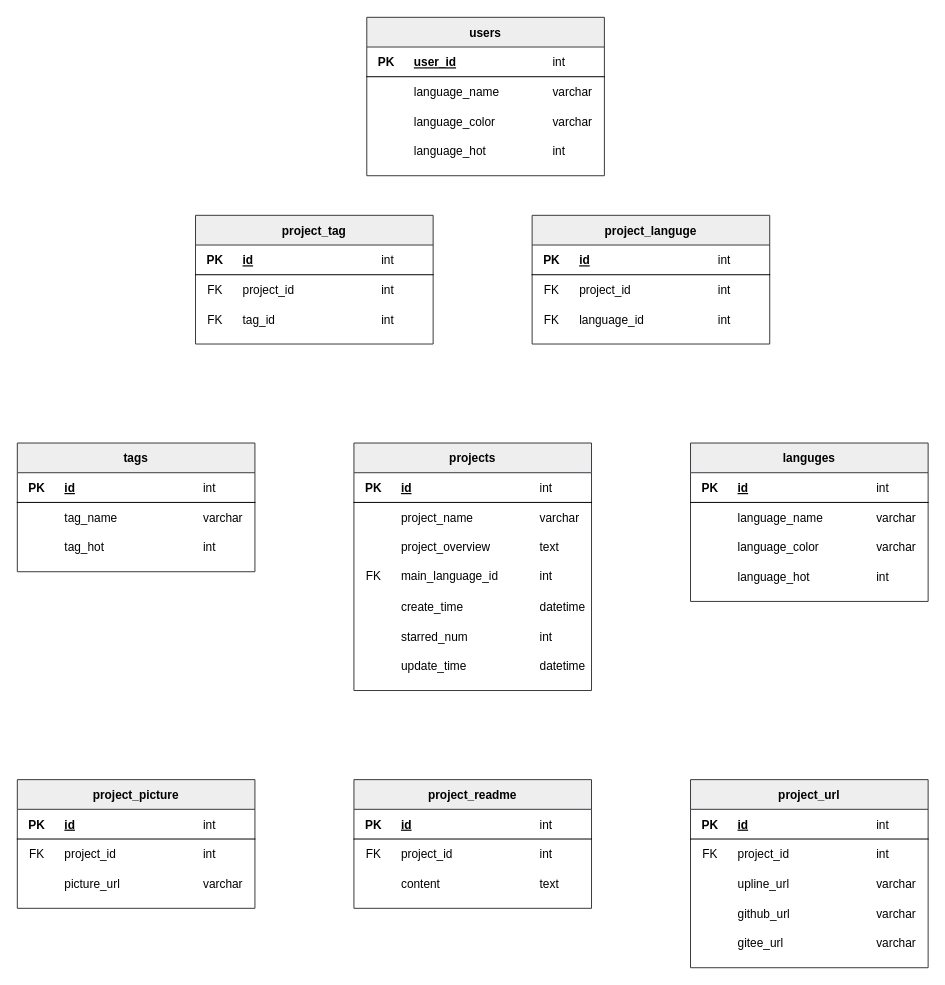
Earlier version of the draw.io diagram E-RDiagram.drawio (zhouxusoft/ProjectDisplayPlatform). Source tidied: cells renumbered, new cells numbered last; positions are measured from the earlier drawing's top-left corner, leaving out a move shared by most shapes. Both pictures are drawn from the tidied source at 99%, with x=0, y=0 at pixel (17, 17).
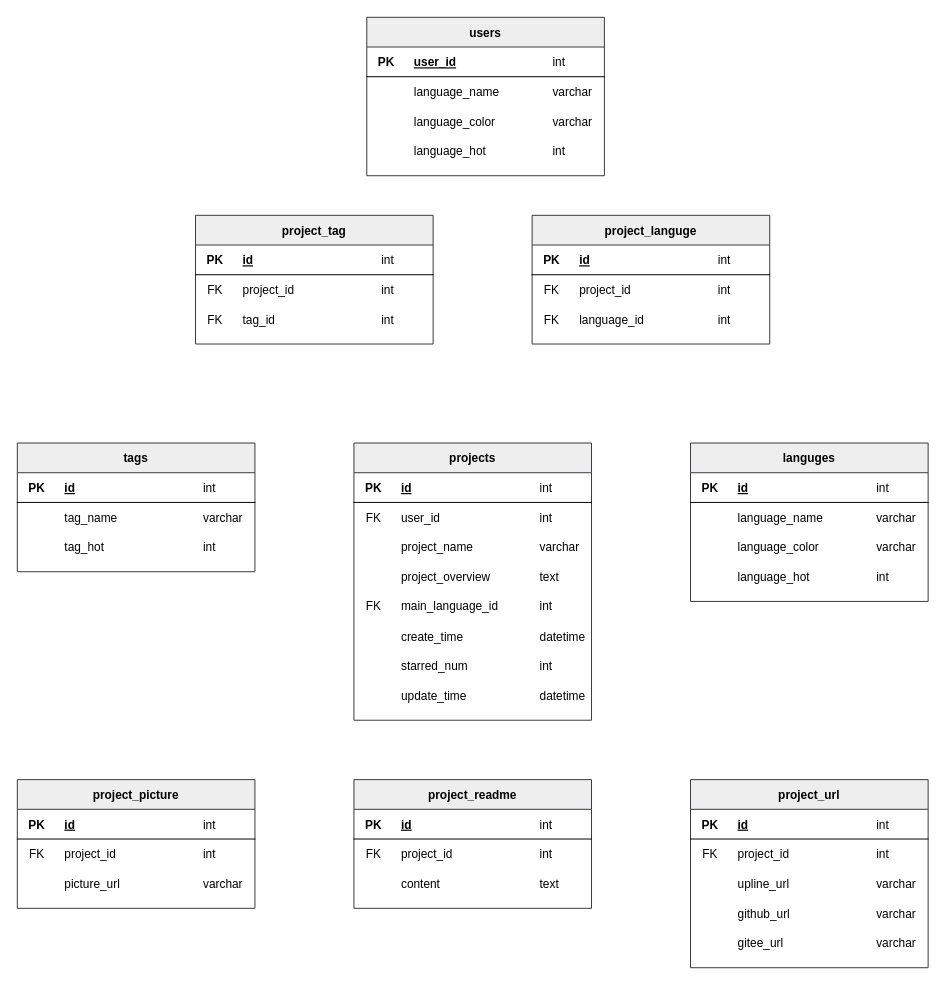
The same diagram, later.

Change to the diagram source:
```diff
@@
     <mxCell id="2" value="projects" style="shape=table;startSize=30;childLayout=tableLayout;rowLines=0;fontStyle=1;align=center;shadow=0;rounded=0;swimlaneLine=1;columnLines=0;labelBorderColor=none;bottom=1;left=1;right=1;fillStyle=auto;fillColor=#eeeeee;strokeColor=#36393d;" parent="1" vertex="1">
-      <mxGeometry x="340" y="430" width="240" height="250" as="geometry" />
+      <mxGeometry x="340" y="430" width="240" height="280" as="geometry" />
     </mxCell>
@@
+    <mxCell id="151" style="shape=partialRectangle;fillColor=none;top=0;left=0;right=0;bottom=0;" parent="2" vertex="1">
+      <mxGeometry y="60" width="240" height="30" as="geometry" />
+    </mxCell>
+    <mxCell id="152" value="FK" style="shape=partialRectangle;overflow=hidden;fillColor=none;top=0;left=0;bottom=0;right=0;" parent="151" vertex="1">
+      <mxGeometry width="40" height="30" as="geometry" />
+    </mxCell>
+    <mxCell id="153" value="user_id" style="shape=partialRectangle;overflow=hidden;fillColor=none;top=0;left=0;bottom=0;right=0;align=left;spacingLeft=6;" parent="151" vertex="1">
+      <mxGeometry x="40" width="140" height="30" as="geometry" />
+    </mxCell>
+    <mxCell id="154" value="int" style="shape=partialRectangle;overflow=hidden;fillColor=none;top=0;left=0;bottom=0;right=0;align=left;spacingLeft=6;dashed=1;" parent="151" vertex="1">
+      <mxGeometry x="180" width="60" height="30" as="geometry" />
+    </mxCell>
     <mxCell id="7" style="shape=partialRectangle;fillColor=none;top=0;left=0;right=0;bottom=0;" parent="2" vertex="1">
-      <mxGeometry y="60" width="240" height="30" as="geometry" />
+      <mxGeometry y="90" width="240" height="30" as="geometry" />
     </mxCell>
@@
     <mxCell id="11" style="shape=partialRectangle;fillColor=none;top=0;left=0;right=0;bottom=0;" parent="2" vertex="1">
-      <mxGeometry y="90" width="240" height="30" as="geometry" />
+      <mxGeometry y="120" width="240" height="30" as="geometry" />
     </mxCell>
@@
     <mxCell id="15" style="shape=tableRow;horizontal=0;startSize=0;swimlaneHead=0;swimlaneBody=0;fillColor=none;top=0;left=0;right=0;bottom=0;" parent="2" vertex="1">
-      <mxGeometry y="120" width="240" height="30" as="geometry" />
+      <mxGeometry y="150" width="240" height="30" as="geometry" />
     </mxCell>
@@
     <mxCell id="19" style="shape=tableRow;horizontal=0;startSize=0;swimlaneHead=0;swimlaneBody=0;fillColor=none;top=0;left=0;right=0;bottom=0;" parent="2" vertex="1">
-      <mxGeometry y="150" width="240" height="30" as="geometry" />
+      <mxGeometry y="180" width="240" height="30" as="geometry" />
     </mxCell>
@@
     <mxCell id="23" style="shape=tableRow;horizontal=0;startSize=0;swimlaneHead=0;swimlaneBody=0;fillColor=none;top=0;left=0;right=0;bottom=0;" parent="2" vertex="1">
-      <mxGeometry y="180" width="240" height="30" as="geometry" />
+      <mxGeometry y="210" width="240" height="30" as="geometry" />
     </mxCell>
@@
     <mxCell id="27" style="shape=tableRow;horizontal=0;startSize=0;swimlaneHead=0;swimlaneBody=0;fillColor=none;top=0;left=0;right=0;bottom=0;" parent="2" vertex="1">
-      <mxGeometry y="210" width="240" height="30" as="geometry" />
+      <mxGeometry y="240" width="240" height="30" as="geometry" />
     </mxCell>
```
